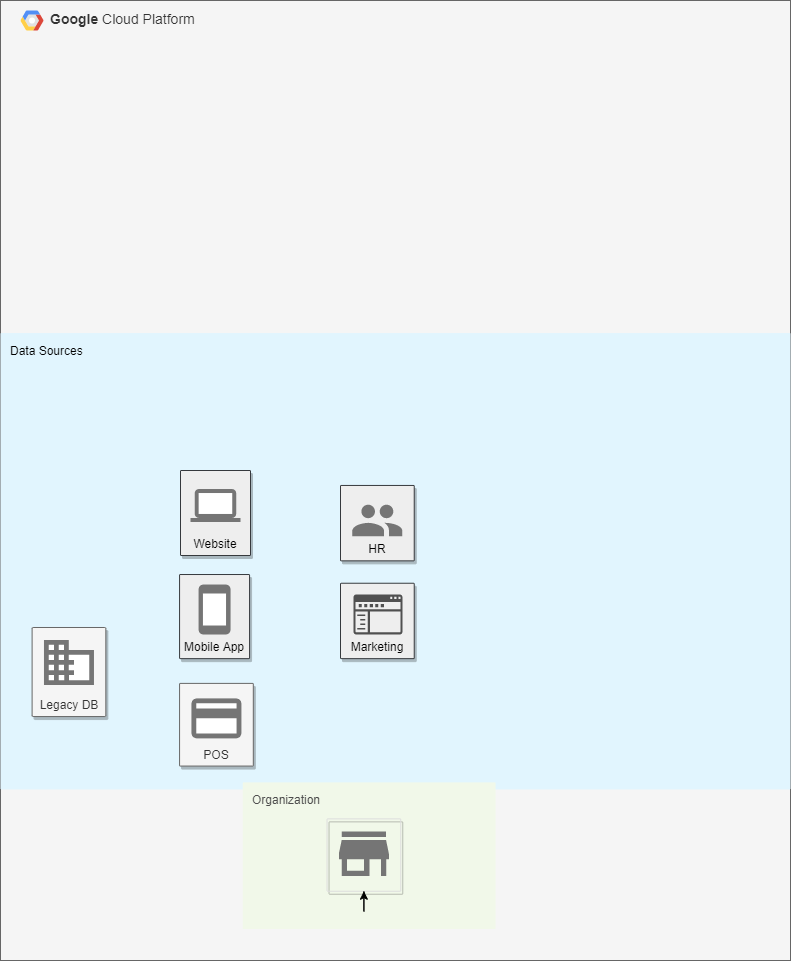
praneethrachumallu/MultipleDBs2BQ keeps this draw.io diagram as DBTypes.png. Above is the earlier version. Source tidied: cells renumbered, new cells last; positions are measured from the earlier drawing's top-left corner, leaving out a move shared by most shapes.
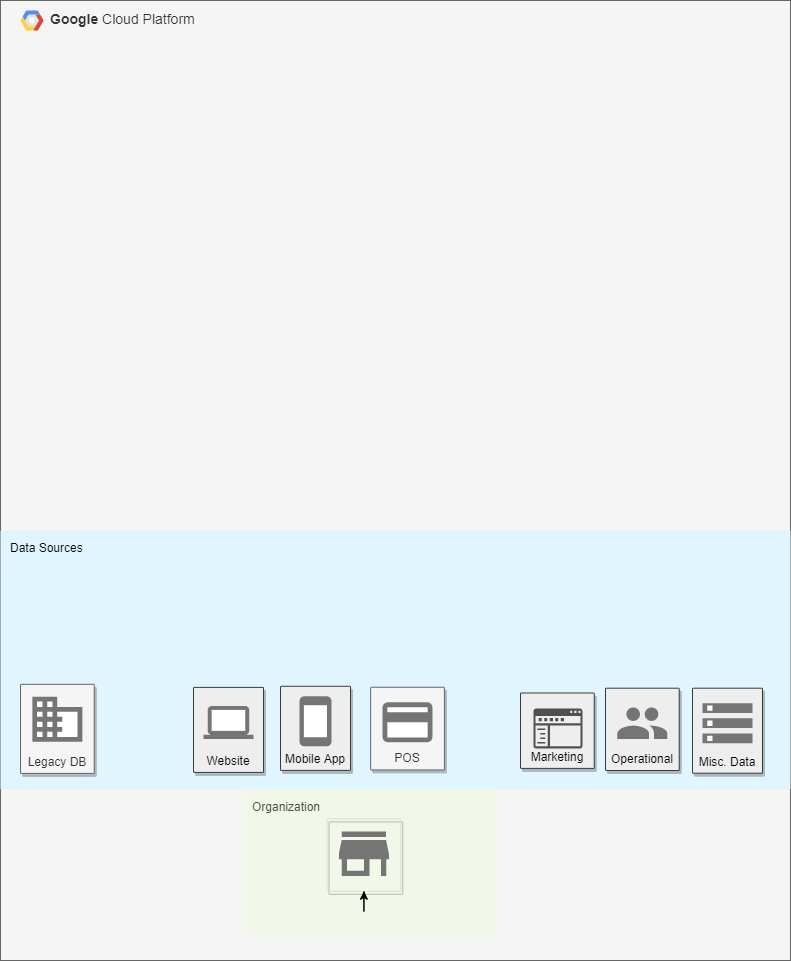
After the change.

Change to the diagram source:
```diff
@@ -6,10 +6,10 @@
       <mxGeometry width="790" height="960" as="geometry" />
     </mxCell>
     <mxCell id="3" value="&lt;font color=&quot;#000000&quot;&gt;Data Sources&lt;/font&gt;" style="rounded=1;absoluteArcSize=1;arcSize=2;html=1;strokeColor=none;gradientColor=none;shadow=0;dashed=0;fontSize=12;fontColor=#9E9E9E;align=left;verticalAlign=top;spacing=10;spacingTop=-4;fillColor=#E1F5FE;" parent="2" vertex="1">
-      <mxGeometry y="332.5" width="790" height="456.4" as="geometry" />
+      <mxGeometry y="530" width="790" height="258.9" as="geometry" />
     </mxCell>
     <mxCell id="4" value="&lt;font color=&quot;#4d4d4d&quot;&gt;Organization&lt;/font&gt;" style="rounded=1;absoluteArcSize=1;arcSize=2;html=1;strokeColor=none;gradientColor=none;shadow=0;dashed=0;fontSize=12;fontColor=#9E9E9E;align=left;verticalAlign=top;spacing=10;spacingTop=-4;fillColor=#F1F8E9;" parent="2" vertex="1">
-      <mxGeometry x="242.3" y="781.9" width="252.8" height="146.7" as="geometry" />
+      <mxGeometry x="242.3" y="788.9" width="252.8" height="146.7" as="geometry" />
     </mxCell>
     <mxCell id="5" style="shape=mxgraph.gcp2.google_cloud_platform;fillColor=#F6F6F6;strokeColor=none;shadow=0;gradientColor=none;" parent="2" vertex="1">
       <mxGeometry width="23" height="20" relative="1" as="geometry">
@@ -17,7 +17,7 @@
       </mxGeometry>
     </mxCell>
     <mxCell id="6" value="Legacy DB" style="strokeColor=#666666;shadow=1;strokeWidth=1;rounded=1;absoluteArcSize=1;arcSize=2;labelPosition=center;verticalLabelPosition=middle;align=center;verticalAlign=bottom;spacingLeft=0;fontColor=#333333;fontSize=12;whiteSpace=wrap;spacingBottom=2;fillColor=#f5f5f5;" parent="2" vertex="1">
-      <mxGeometry x="31.6" y="627" width="73.7" height="89.1" as="geometry" />
+      <mxGeometry x="20" y="683.8" width="73.7" height="89.1" as="geometry" />
     </mxCell>
     <mxCell id="7" style="dashed=0;html=1;fillColor=#757575;strokeColor=none;shape=mxgraph.gcp2.database;" parent="6" vertex="1">
       <mxGeometry x="0.5" width="50" height="45" relative="1" as="geometry">
@@ -25,7 +25,7 @@
       </mxGeometry>
     </mxCell>
     <mxCell id="8" value="POS" style="strokeColor=#666666;shadow=1;strokeWidth=1;rounded=1;absoluteArcSize=1;arcSize=2;labelPosition=center;verticalLabelPosition=middle;align=center;verticalAlign=bottom;spacingLeft=0;fontColor=#333333;fontSize=12;whiteSpace=wrap;spacingBottom=2;fillColor=#f5f5f5;" parent="2" vertex="1">
-      <mxGeometry x="179.1" y="682.9" width="73.7" height="82.7" as="geometry" />
+      <mxGeometry x="370.1" y="686.8" width="73.7" height="82.7" as="geometry" />
     </mxCell>
     <mxCell id="9" style="dashed=0;html=1;fillColor=#757575;strokeColor=none;shape=mxgraph.gcp2.payment;" parent="8" vertex="1">
       <mxGeometry x="0.5" width="50" height="40" relative="1" as="geometry">
@@ -43,8 +43,8 @@
     <mxCell id="12" style="edgeStyle=orthogonalEdgeStyle;rounded=0;orthogonalLoop=1;jettySize=auto;html=1;exitX=0.5;exitY=1;exitDx=0;exitDy=0;" parent="2" edge="1" source="10" target="10">
       <mxGeometry relative="1" as="geometry" />
     </mxCell>
-    <mxCell id="13" value="HR" style="strokeColor=#36393d;shadow=1;strokeWidth=1;rounded=1;absoluteArcSize=1;arcSize=2;labelPosition=center;verticalLabelPosition=middle;align=center;verticalAlign=bottom;spacingLeft=0;fontSize=12;whiteSpace=wrap;spacingBottom=2;fillColor=#eeeeee;fontColor=#000000;" parent="2" vertex="1">
-      <mxGeometry x="340" y="484.9" width="73.7" height="75.4" as="geometry" />
+    <mxCell id="13" value="Operational" style="strokeColor=#36393d;shadow=1;strokeWidth=1;rounded=1;absoluteArcSize=1;arcSize=2;labelPosition=center;verticalLabelPosition=middle;align=center;verticalAlign=bottom;spacingLeft=0;fontSize=12;whiteSpace=wrap;spacingBottom=2;fillColor=#eeeeee;fontColor=#000000;" parent="2" vertex="1">
+      <mxGeometry x="605" y="687.7" width="73.7" height="82.3" as="geometry" />
     </mxCell>
     <mxCell id="14" style="dashed=0;html=1;fillColor=#757575;strokeColor=none;shape=mxgraph.gcp2.users;" parent="13" vertex="1">
       <mxGeometry x="0.5" width="50" height="31.5" relative="1" as="geometry">
@@ -52,7 +52,7 @@
       </mxGeometry>
     </mxCell>
     <mxCell id="15" value="Mobile App" style="strokeColor=#36393d;shadow=1;strokeWidth=1;rounded=1;absoluteArcSize=1;arcSize=2;labelPosition=center;verticalLabelPosition=middle;align=center;verticalAlign=bottom;spacingLeft=0;fontSize=12;whiteSpace=wrap;spacingBottom=2;fillColor=#eeeeee;fontColor=#000000;" parent="2" vertex="1">
-      <mxGeometry x="179.1" y="574" width="70" height="84.1" as="geometry" />
+      <mxGeometry x="280" y="685.8" width="70" height="84.1" as="geometry" />
     </mxCell>
     <mxCell id="16" style="dashed=0;html=1;fillColor=#757575;strokeColor=none;shape=mxgraph.gcp2.phone;" parent="15" vertex="1">
       <mxGeometry x="0.5" width="32" height="50" relative="1" as="geometry">
@@ -60,10 +60,18 @@
       </mxGeometry>
     </mxCell>
     <mxCell id="17" value="Marketing" style="strokeColor=#36393d;shadow=1;strokeWidth=1;rounded=1;absoluteArcSize=1;arcSize=2;labelPosition=center;verticalLabelPosition=middle;align=center;verticalAlign=bottom;spacingLeft=0;fontSize=12;whiteSpace=wrap;spacingBottom=2;fillColor=#eeeeee;fontColor=#000000;" parent="2" vertex="1">
-      <mxGeometry x="340" y="582.7" width="73.7" height="75.4" as="geometry" />
+      <mxGeometry x="520" y="692.5" width="73.7" height="75.4" as="geometry" />
     </mxCell>
+    <mxCell id="21" value="Misc. Data" style="strokeColor=#36393d;shadow=1;strokeWidth=1;rounded=1;absoluteArcSize=1;arcSize=2;labelPosition=center;verticalLabelPosition=middle;align=center;verticalAlign=bottom;spacingLeft=0;fontSize=12;whiteSpace=wrap;spacingBottom=2;fillColor=#eeeeee;fontColor=#000000;" parent="2" vertex="1">
+      <mxGeometry x="692" y="687.7" width="70" height="85" as="geometry" />
+    </mxCell>
+    <mxCell id="22" style="dashed=0;html=1;fillColor=#757575;strokeColor=none;shape=mxgraph.gcp2.storage;" parent="21" vertex="1">
+      <mxGeometry x="0.5" width="50" height="40" relative="1" as="geometry">
+        <mxPoint x="-25" y="15" as="offset" />
+      </mxGeometry>
+    </mxCell>
-    <mxCell id="18" value="Website" style="strokeColor=#36393d;shadow=1;strokeWidth=1;rounded=1;absoluteArcSize=1;arcSize=2;labelPosition=center;verticalLabelPosition=middle;align=center;verticalAlign=bottom;spacingLeft=0;fontSize=12;whiteSpace=wrap;spacingBottom=2;fillColor=#eeeeee;fontColor=#000000;" parent="1" vertex="1">
-      <mxGeometry x="180" y="470" width="70" height="85" as="geometry" />
+    <mxCell id="18" value="Website" style="strokeColor=#36393d;shadow=1;strokeWidth=1;rounded=1;absoluteArcSize=1;arcSize=2;labelPosition=center;verticalLabelPosition=middle;align=center;verticalAlign=bottom;spacingLeft=0;fontSize=12;whiteSpace=wrap;spacingBottom=2;fillColor=#eeeeee;fontColor=#000000;" parent="2" vertex="1">
+      <mxGeometry x="193" y="686.9" width="70" height="85" as="geometry" />
     </mxCell>
     <mxCell id="19" style="dashed=0;html=1;fillColor=#757575;strokeColor=none;shape=mxgraph.gcp2.laptop;" parent="18" vertex="1">
       <mxGeometry x="0.5" width="50" height="33" relative="1" as="geometry">
@@ -71,7 +79,7 @@
       </mxGeometry>
     </mxCell>
     <mxCell id="20" style="shadow=0;dashed=0;html=1;strokeColor=none;labelPosition=center;verticalLabelPosition=bottom;verticalAlign=top;align=center;fillColor=#505050;shape=mxgraph.mscae.intune.company_portal;fontColor=#000000;" parent="1" vertex="1">
-      <mxGeometry x="353" y="594" width="49" height="40" as="geometry" />
+      <mxGeometry x="533" y="708" width="49" height="40" as="geometry" />
     </mxCell>
   </root>
 </mxGraphModel>
```
